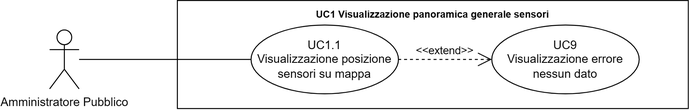
This is src/3_PB/AnalisiDeiRequisiti/assets/UML/UC1.1_Visualizzazione-posizione-sensori-su-mappa.png from SWATEngineering/Docs, a draw.io export, as it was before one commit. Source tidied: cells renumbered, new cells last; positions are measured from the earlier drawing's top-left corner, leaving out a move shared by most shapes.
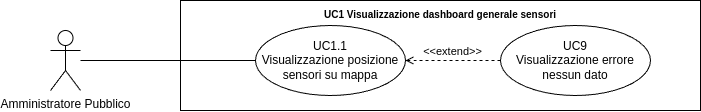
The same file after the commit.

What changed in the source:
```diff
@@ -5,7 +5,7 @@
     <mxCell id="2" value="Amministratore Pubblico" style="shape=umlActor;verticalLabelPosition=bottom;verticalAlign=top;html=1;outlineConnect=0;" parent="1" vertex="1">
       <mxGeometry y="30" width="30" height="60" as="geometry" />
     </mxCell>
-    <mxCell id="3" value="&lt;b style=&quot;border-color: var(--border-color); font-size: 10px;&quot;&gt;UC1 Visualizzazione panoramica generale sensori&lt;/b&gt;" style="shape=rect;html=1;verticalAlign=top;fontStyle=1;whiteSpace=wrap;align=center;" parent="1" vertex="1">
+    <mxCell id="3" value="&lt;b style=&quot;border-color: var(--border-color); font-size: 10px;&quot;&gt;UC1 Visualizzazione dashboard generale sensori&lt;/b&gt;" style="shape=rect;html=1;verticalAlign=top;fontStyle=1;whiteSpace=wrap;align=center;" parent="1" vertex="1">
       <mxGeometry x="130" width="520" height="110" as="geometry" />
     </mxCell>
     <mxCell id="4" value="UC1.1&lt;br&gt;Visualizzazione posizione sensori su mappa" style="ellipse;whiteSpace=wrap;html=1;" parent="1" vertex="1">
@@ -17,7 +17,7 @@
     <mxCell id="6" value="UC9&lt;br&gt;Visualizzazione errore nessun dato" style="ellipse;whiteSpace=wrap;html=1;" parent="1" vertex="1">
       <mxGeometry x="450" y="25" width="150" height="70" as="geometry" />
     </mxCell>
-    <mxCell id="7" value="&amp;lt;&amp;lt;extend&amp;gt;&amp;gt;" style="edgeStyle=none;html=1;startArrow=open;endArrow=none;startSize=12;verticalAlign=bottom;dashed=1;labelBackgroundColor=none;rounded=0;" parent="1" edge="1" source="6" target="4">
+    <mxCell id="7" value="&amp;lt;&amp;lt;extend&amp;gt;&amp;gt;" style="html=1;verticalAlign=bottom;labelBackgroundColor=none;endArrow=open;endFill=0;dashed=1;rounded=0;entryX=1;entryY=0.5;entryDx=0;entryDy=0;exitX=0;exitY=0.5;exitDx=0;exitDy=0;" parent="1" edge="1" source="6" target="4">
       <mxGeometry relative="1" as="geometry" />
     </mxCell>
   </root>
```
